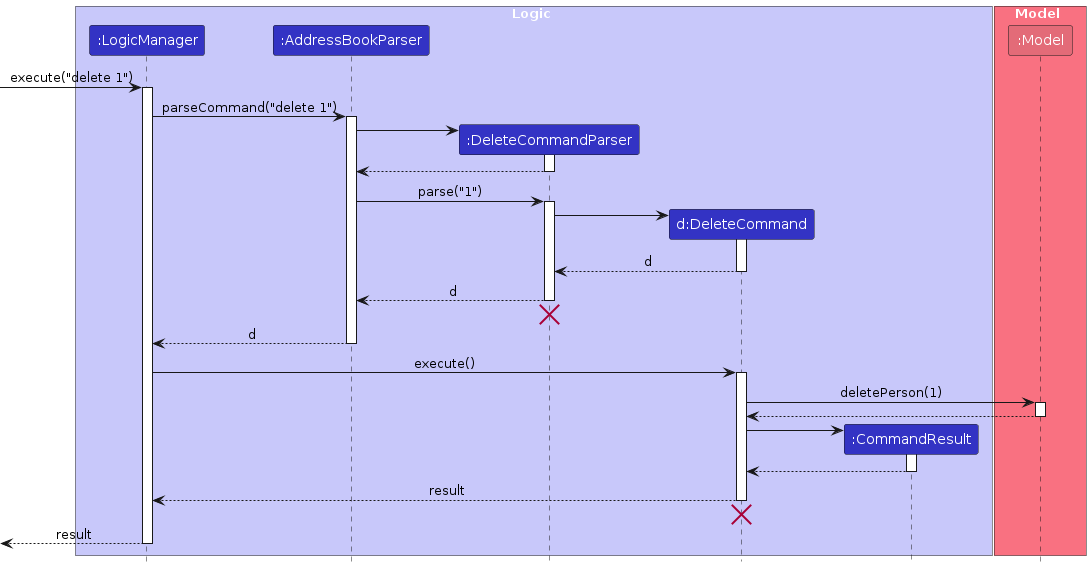
Before: diagrams/DeleteSequenceDiagram.png, a diagram exported from PlantUML (yucongkoo/tp). Its source is kept beside it as diagrams/DeleteSequenceDiagram.puml.
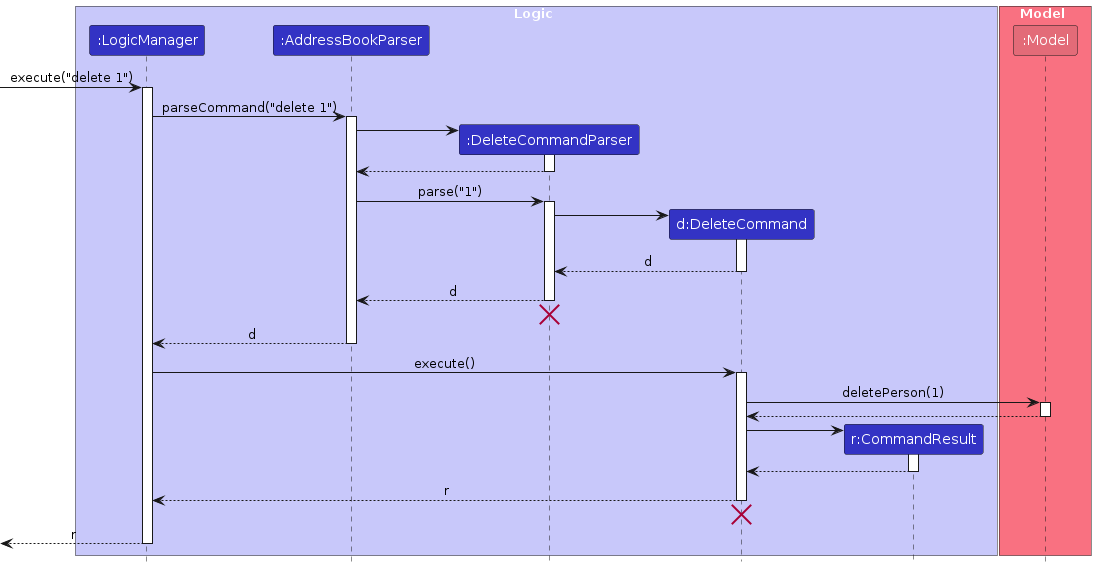
Above is the later version.

Diff of the diagram source:
```diff
@@ -7,7 +7,7 @@
 participant ":AddressBookParser" as AddressBookParser LOGIC_COLOR
 participant ":DeleteCommandParser" as DeleteCommandParser LOGIC_COLOR
 participant "d:DeleteCommand" as DeleteCommand LOGIC_COLOR
-participant ":CommandResult" as CommandResult LOGIC_COLOR
+participant "r:CommandResult" as CommandResult LOGIC_COLOR
 end box
 
 box Model MODEL_COLOR_T1
@@ -61,12 +61,12 @@
 CommandResult --> DeleteCommand
 deactivate CommandResult
 
-DeleteCommand --> LogicManager : result
+DeleteCommand --> LogicManager : r
 deactivate DeleteCommand
 
 DeleteCommand -[hidden]-> LogicManager
 destroy DeleteCommand
 
-[<--LogicManager : result
+[<--LogicManager : r
 deactivate LogicManager
 @enduml
```
